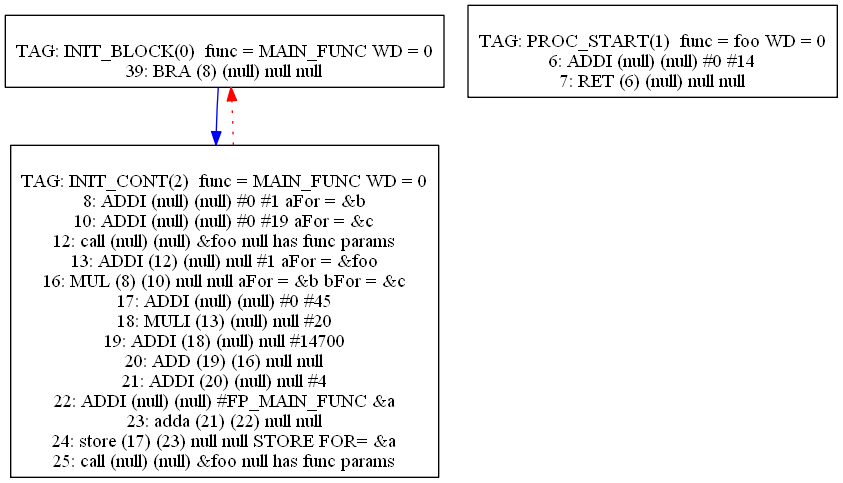
Before: Compiler/20graph.png, a diagram exported from Graphviz (mbajaj92/Project-Astoria). Its source is kept beside it as Compiler/20graph.dot. Source of this version:
```dot
digraph {
0[label="
TAG: INIT_BLOCK(0)  func = MAIN_FUNC WD = 0
39: BRA (8) (null) null null
"];
0[shape=box];
0 -> 2[color=blue]
1[label="
TAG: PROC_START(1)  func = foo WD = 0
6: ADDI (null) (null) #0 #14
7: RET (6) (null) null null
"];
1[shape=box];
2[label="
TAG: INIT_CONT(2)  func = MAIN_FUNC WD = 0
8: ADDI (null) (null) #0 #1 aFor = &b
10: ADDI (null) (null) #0 #19 aFor = &c
12: call (null) (null) &foo null has func params
13: ADDI (12) (null) null #1 aFor = &foo
16: MUL (8) (10) null null aFor = &b bFor = &c
17: ADDI (null) (null) #0 #45
18: MULI (13) (null) null #20
19: ADDI (18) (null) null #14700
20: ADD (19) (16) null null
21: ADDI (20) (null) null #4
22: ADDI (null) (null) #FP_MAIN_FUNC &a
23: adda (21) (22) null null
24: store (17) (23) null null STORE FOR= &a
25: call (null) (null) &foo null has func params
"];
2[shape=box];
2 -> 0[color=red][style=dotted]
}
```
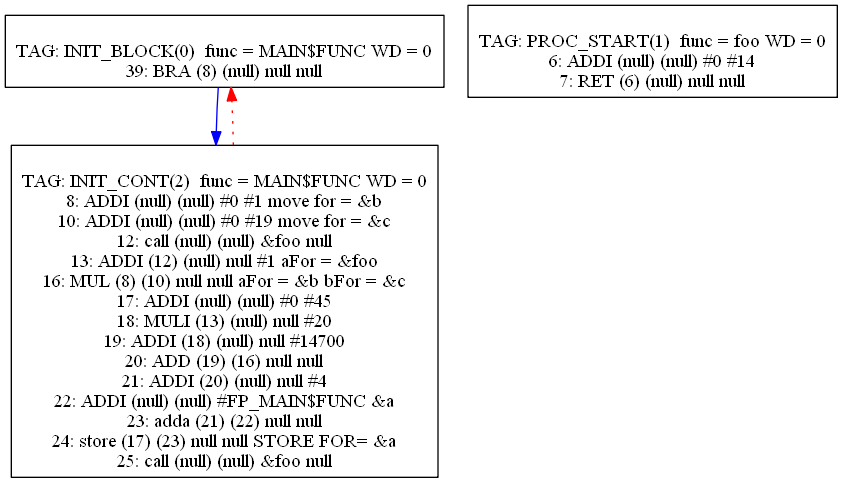
The same diagram one commit later.

Diff of the diagram source:
```diff
@@ -1,6 +1,6 @@
 digraph {
 0[label="
-TAG: INIT_BLOCK(0)  func = MAIN_FUNC WD = 0
+TAG: INIT_BLOCK(0)  func = MAIN$FUNC WD = 0
 39: BRA (8) (null) null null
 "];
 0[shape=box];
@@ -12,10 +12,10 @@
 "];
 1[shape=box];
 2[label="
-TAG: INIT_CONT(2)  func = MAIN_FUNC WD = 0
-8: ADDI (null) (null) #0 #1 aFor = &b
-10: ADDI (null) (null) #0 #19 aFor = &c
-12: call (null) (null) &foo null has func params
+TAG: INIT_CONT(2)  func = MAIN$FUNC WD = 0
+8: ADDI (null) (null) #0 #1 move for = &b
+10: ADDI (null) (null) #0 #19 move for = &c
+12: call (null) (null) &foo null
 13: ADDI (12) (null) null #1 aFor = &foo
 16: MUL (8) (10) null null aFor = &b bFor = &c
 17: ADDI (null) (null) #0 #45
@@ -23,10 +23,10 @@
 19: ADDI (18) (null) null #14700
 20: ADD (19) (16) null null
 21: ADDI (20) (null) null #4
-22: ADDI (null) (null) #FP_MAIN_FUNC &a
+22: ADDI (null) (null) #FP_MAIN$FUNC &a
 23: adda (21) (22) null null
 24: store (17) (23) null null STORE FOR= &a
-25: call (null) (null) &foo null has func params
+25: call (null) (null) &foo null
 "];
 2[shape=box];
 2 -> 0[color=red][style=dotted]
```
